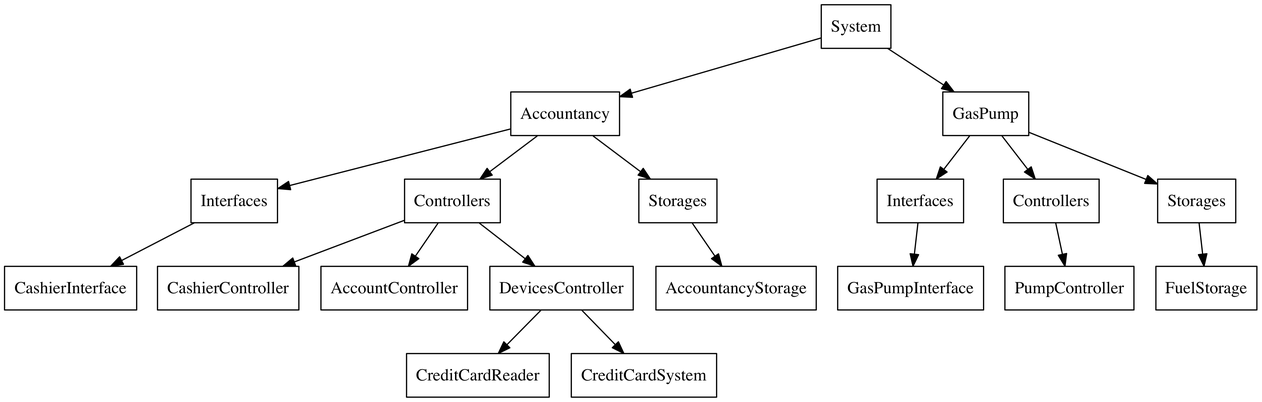
Tycale/dev-method_lingi2251 keeps this Graphviz diagram as projet2/hierarchical.png. Above is the earlier version. Its source is kept beside it as projet2/hierarchical.dot.
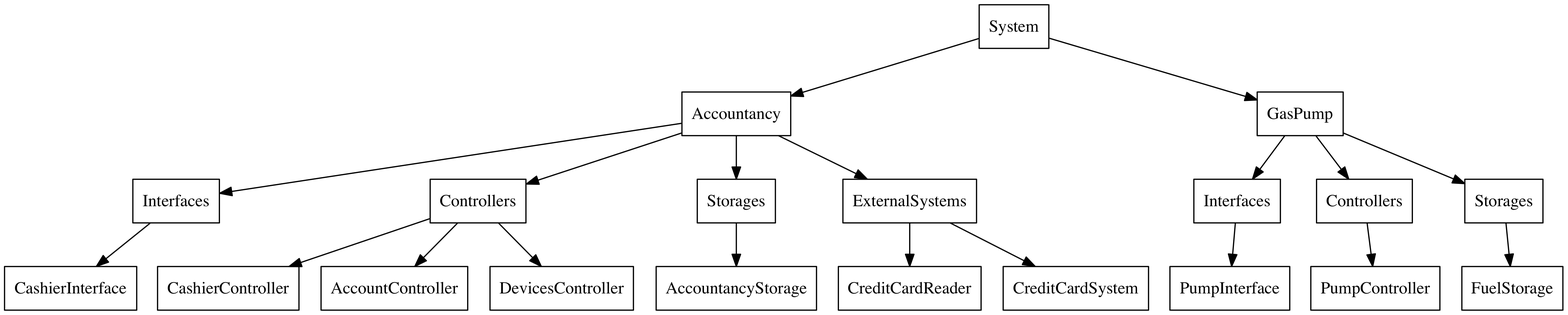
Above is the later version.

The edit, as a diff of the source:
```diff
@@ -6,12 +6,14 @@
 	1 [label="Interfaces"];
 	2 [label="Controllers"];
 	3 [label="Storages"];
+	7 [label="ExternalSystems"];
 	4 [label="Interfaces"];
 	5 [label="Controllers"];
 	6 [label="Storages"];
 	Accountancy -> 1;
 	Accountancy -> 2;
 	Accountancy -> 3;
+	Accountancy -> 7;
 	GasPump -> 4;
 	GasPump -> 5;
 	GasPump -> 6;
@@ -19,12 +21,12 @@
 	2 -> CashierController;
 	2 -> AccountController;
 	2 -> DevicesController;
-	DevicesController -> CreditCardReader;
-	DevicesController -> CreditCardSystem;
+	7 -> CreditCardReader;
+	7 -> CreditCardSystem;
 	3 -> AccountancyStorage;
 
 
-	4 -> GasPumpInterface;
+	4 -> PumpInterface;
 	5 -> PumpController;
 	6 -> FuelStorage;
 }
```
